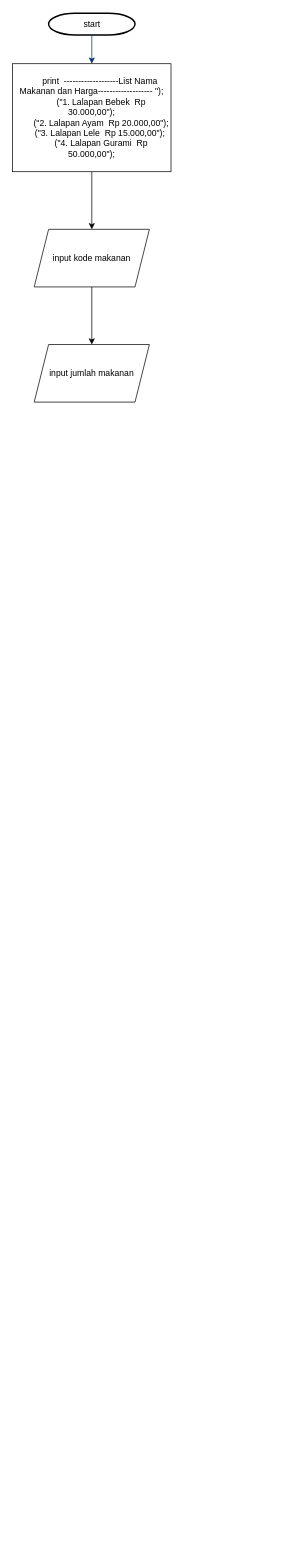
Earlier version of the draw.io diagram Program Menu Makanan.drawio (calvinhaviandy/Program-Menu-Makanan-Sederhana). Source tidied: cells renumbered, new cells numbered last; positions are measured from the earlier drawing's top-left corner, leaving out a move shared by most shapes. Both pictures are drawn from the tidied source at 72%, with x=0, y=0 at pixel (12, 13).
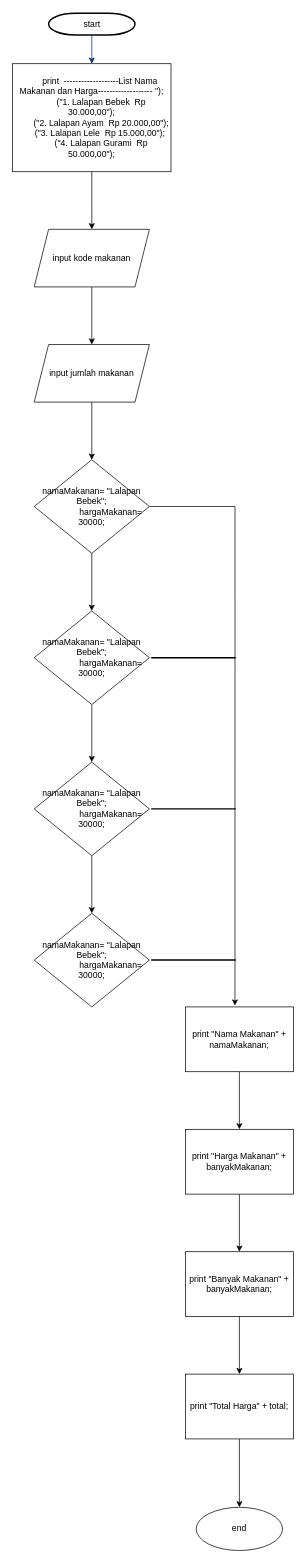
The same page after the edit.

The change refers to these unchanged cells:
```xml
<mxCell id="8" value="input jumlah makanan" style="shape=parallelogram;perimeter=parallelogramPerimeter;whiteSpace=wrap;html=1;fixedSize=1;rounded=0;" parent="1" vertex="1">
  <mxGeometry x="30" y="460" width="160" height="80" as="geometry" />
</mxCell>
```

What changed in the source:
```diff
@@
+    <mxCell id="9" style="edgeStyle=orthogonalEdgeStyle;rounded=0;jettySize=auto;html=1;" parent="1" edge="1" source="8" target="11">
+      <mxGeometry relative="1" as="geometry" />
+    </mxCell>
@@
+    <mxCell id="10" style="edgeStyle=orthogonalEdgeStyle;rounded=0;jettySize=auto;html=1;" parent="1" edge="1" source="11" target="13">
+      <mxGeometry relative="1" as="geometry" />
+    </mxCell>
+    <mxCell id="11" value="&lt;div&gt;namaMakanan= &quot;Lalapan Bebek&quot;;&lt;/div&gt;&lt;div&gt;&amp;nbsp; &amp;nbsp; &amp;nbsp; &amp;nbsp; &amp;nbsp; &amp;nbsp; &amp;nbsp; &amp;nbsp; hargaMakanan= 30000;&lt;/div&gt;" style="rhombus;whiteSpace=wrap;html=1;rounded=0;" parent="1" vertex="1">
+      <mxGeometry x="30" y="620" width="160" height="130" as="geometry" />
+    </mxCell>
+    <mxCell id="12" style="edgeStyle=orthogonalEdgeStyle;rounded=0;jettySize=auto;html=1;" parent="1" edge="1" source="13" target="15">
+      <mxGeometry relative="1" as="geometry" />
+    </mxCell>
+    <mxCell id="13" value="&lt;div&gt;namaMakanan= &quot;Lalapan Bebek&quot;;&lt;/div&gt;&lt;div&gt;&amp;nbsp; &amp;nbsp; &amp;nbsp; &amp;nbsp; &amp;nbsp; &amp;nbsp; &amp;nbsp; &amp;nbsp; hargaMakanan= 30000;&lt;/div&gt;" style="rhombus;whiteSpace=wrap;html=1;rounded=0;" parent="1" vertex="1">
+      <mxGeometry x="30" y="830" width="160" height="130" as="geometry" />
+    </mxCell>
+    <mxCell id="14" style="edgeStyle=orthogonalEdgeStyle;rounded=0;jettySize=auto;html=1;" parent="1" edge="1" source="15" target="16">
+      <mxGeometry relative="1" as="geometry" />
+    </mxCell>
+    <mxCell id="15" value="&lt;div&gt;namaMakanan= &quot;Lalapan Bebek&quot;;&lt;/div&gt;&lt;div&gt;&amp;nbsp; &amp;nbsp; &amp;nbsp; &amp;nbsp; &amp;nbsp; &amp;nbsp; &amp;nbsp; &amp;nbsp; hargaMakanan= 30000;&lt;/div&gt;" style="rhombus;whiteSpace=wrap;html=1;rounded=0;" parent="1" vertex="1">
+      <mxGeometry x="30" y="1040" width="160" height="130" as="geometry" />
+    </mxCell>
+    <mxCell id="16" value="&lt;div&gt;namaMakanan= &quot;Lalapan Bebek&quot;;&lt;/div&gt;&lt;div&gt;&amp;nbsp; &amp;nbsp; &amp;nbsp; &amp;nbsp; &amp;nbsp; &amp;nbsp; &amp;nbsp; &amp;nbsp; hargaMakanan= 30000;&lt;/div&gt;" style="rhombus;whiteSpace=wrap;html=1;rounded=0;" parent="1" vertex="1">
+      <mxGeometry x="30" y="1250" width="160" height="130" as="geometry" />
+    </mxCell>
+    <mxCell id="17" style="edgeStyle=orthogonalEdgeStyle;rounded=0;jettySize=auto;html=1;" parent="1" edge="1" source="18" target="24">
+      <mxGeometry relative="1" as="geometry" />
+    </mxCell>
+    <mxCell id="18" value="print &quot;Nama Makanan&quot; + namaMakanan;" style="rounded=0;whiteSpace=wrap;html=1;" parent="1" vertex="1">
+      <mxGeometry x="240" y="1380" width="150" height="90" as="geometry" />
+    </mxCell>
+    <mxCell id="19" style="edgeStyle=segmentEdgeStyle;endArrow=classic;html=1;rounded=0;exitX=1;exitY=0.5;exitDx=0;exitDy=0;entryX=0.459;entryY=-0.02;entryDx=0;entryDy=0;entryPerimeter=0;" parent="1" edge="1" source="11" target="18">
+      <mxGeometry relative="1" as="geometry" />
+    </mxCell>
+    <mxCell id="20" style="line;strokeWidth=2;direction=south;html=1;rotation=90;" parent="1" vertex="1">
+      <mxGeometry x="246.2" y="836.2" width="10" height="117.5" as="geometry" />
+    </mxCell>
+    <mxCell id="21" style="line;strokeWidth=2;direction=south;html=1;rotation=90;" parent="1" vertex="1">
+      <mxGeometry x="246.2" y="1256.2" width="10" height="117.5" as="geometry" />
+    </mxCell>
+    <mxCell id="22" style="line;strokeWidth=2;direction=south;html=1;rotation=90;" parent="1" vertex="1">
+      <mxGeometry x="246.2" y="1046.2" width="10" height="117.5" as="geometry" />
+    </mxCell>
+    <mxCell id="23" style="edgeStyle=orthogonalEdgeStyle;rounded=0;jettySize=auto;html=1;" parent="1" edge="1" source="24" target="26">
+      <mxGeometry relative="1" as="geometry" />
+    </mxCell>
+    <mxCell id="24" value="print &quot;Harga Makanan&quot; + banyakMakanan;" style="rounded=0;whiteSpace=wrap;html=1;" parent="1" vertex="1">
+      <mxGeometry x="240" y="1550" width="150" height="90" as="geometry" />
+    </mxCell>
+    <mxCell id="25" style="edgeStyle=orthogonalEdgeStyle;rounded=0;jettySize=auto;html=1;" parent="1" edge="1" source="26" target="28">
+      <mxGeometry relative="1" as="geometry" />
+    </mxCell>
+    <mxCell id="26" value="print &quot;Banyak Makanan&quot; + banyakMakanan;" style="rounded=0;whiteSpace=wrap;html=1;" parent="1" vertex="1">
+      <mxGeometry x="240" y="1720" width="150" height="90" as="geometry" />
+    </mxCell>
+    <mxCell id="27" style="edgeStyle=orthogonalEdgeStyle;rounded=0;jettySize=auto;html=1;" parent="1" edge="1" source="28" target="29">
+      <mxGeometry relative="1" as="geometry" />
+    </mxCell>
+    <mxCell id="28" value="print &quot;Total Harga&quot; + total;" style="rounded=0;whiteSpace=wrap;html=1;" parent="1" vertex="1">
+      <mxGeometry x="240" y="1890" width="150" height="90" as="geometry" />
+    </mxCell>
+    <mxCell id="29" value="end" style="ellipse;whiteSpace=wrap;html=1;rounded=0;" parent="1" vertex="1">
+      <mxGeometry x="255" y="2075" width="120" height="60" as="geometry" />
+    </mxCell>
```
